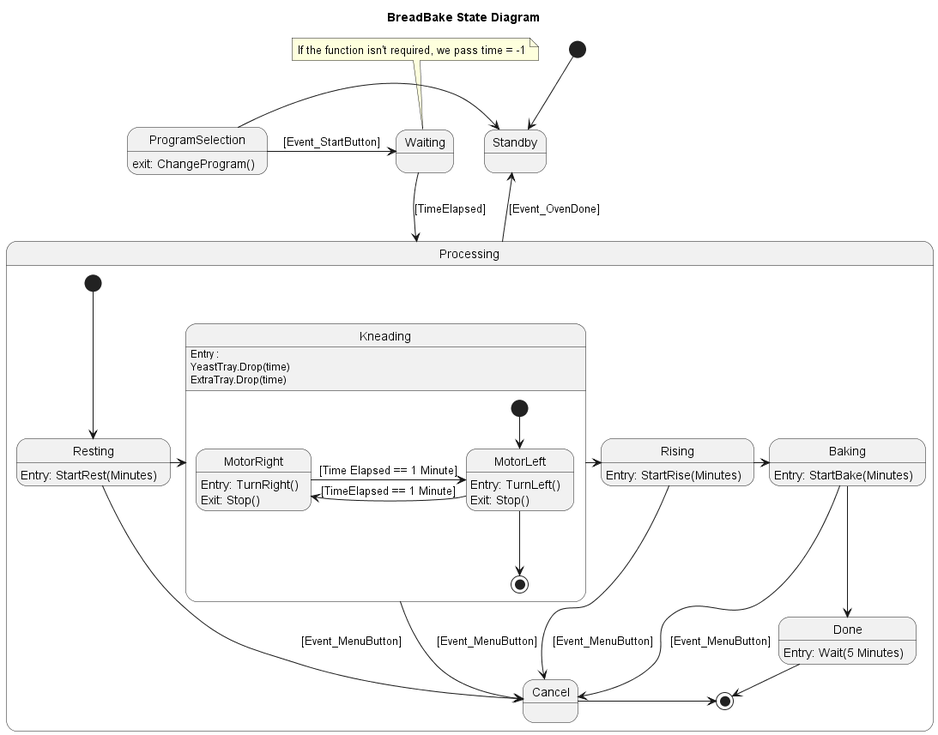
The PlantUML diagram Software Design & Algorithms/BreadBake/out/Diagram/BreadBake.png in NathanThus/Technology-Semester-3, before a commit. Its diagram source:
```plantuml
@startuml BreadBake
Title BreadBake State Diagram

state ProgramSelection
    ProgramSelection: exit: ChangeProgram()

[*] -down-> Standby

Standby -> ProgramSelection : [Event_MenuButton]
ProgramSelection -> Standby
ProgramSelection -> Waiting : [Event_StartButton]
Waiting -> Processing : [TimeElapsed]

note top of Waiting
    If the function isn't required, we pass time = -1
end note

state Processing {
    state Baking
        Baking: Entry: StartBake(Minutes)
    state Resting
        Resting: Entry: StartRest(Minutes)
    state Rising
        Rising: Entry: StartRise(Minutes)
    state Done
        Done: Entry: Wait(5 Minutes)

    state Kneading {
    Kneading: Entry :
    Kneading: YeastTray.Drop(time)
    Kneading: ExtraTray.Drop(time)

    state MotorLeft
        MotorLeft: Entry: TurnLeft()
        MotorLeft: Exit: Stop()
    state MotorRight
        MotorRight: Entry: TurnRight()
        MotorRight: Exit: Stop()

    [*] --> MotorLeft

    MotorLeft -Left-> MotorRight : [TimeElapsed == 1 Minute]
    MotorRight -Right-> MotorLeft : [Time Elapsed == 1 Minute]
    MotorLeft --Down-> [*]
    }

    [*] -down-> Resting
    Resting --right-> Kneading
    Kneading -> Rising
    Rising -> Baking
    Baking -right-> Done
    Done -> [*] : [TaskNr != done || Event_MenuButton]

    Resting -down-> Cancel : [Event_MenuButton]
    Kneading -down-> Cancel : [Event_MenuButton]
    Rising -down-> Cancel : [Event_MenuButton]
    Baking -down-> Cancel : [Event_MenuButton]

    Cancel->[*]
}

Processing --> Standby : [Event_OvenDone]
@enduml
```
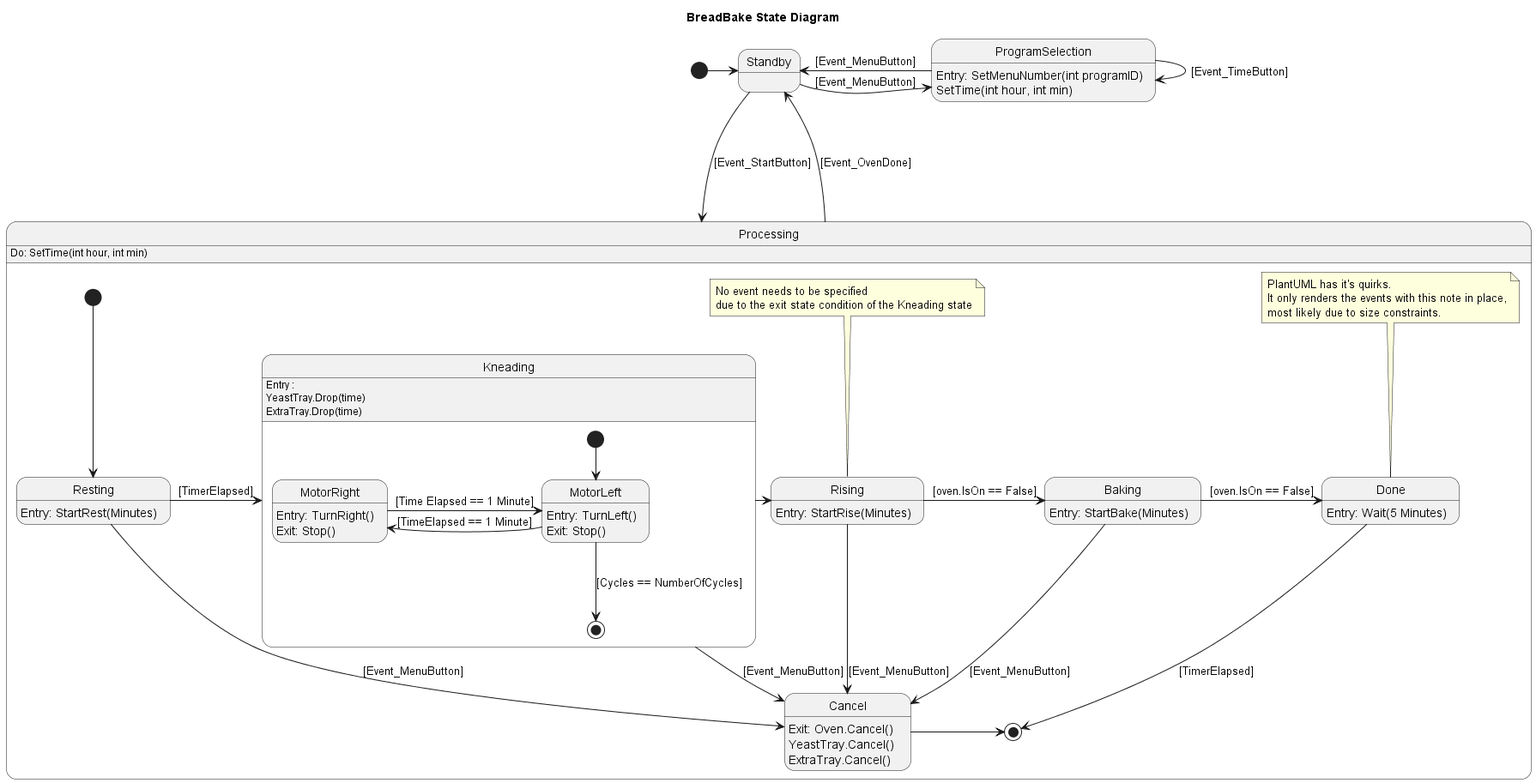
The same diagram one commit later.

The edit, as a diff of the source:
```diff
@@ -1,21 +1,20 @@
 @startuml BreadBake
 Title BreadBake State Diagram
 
+[*] -> Standby
+
 state ProgramSelection
-    ProgramSelection: exit: ChangeProgram()
-
-[*] -down-> Standby
+    ProgramSelection : Entry: SetMenuNumber(int programID)
+    ProgramSelection : SetTime(int hour, int min)
 
 Standby -> ProgramSelection : [Event_MenuButton]
-ProgramSelection -> Standby
-ProgramSelection -> Waiting : [Event_StartButton]
-Waiting -> Processing : [TimeElapsed]
+ProgramSelection -> Standby : [Event_MenuButton]
+ProgramSelection -> ProgramSelection : [Event_TimeButton]
 
-note top of Waiting
-    If the function isn't required, we pass time = -1
-end note
+Standby ---> Processing : [Event_StartButton]
 
 state Processing {
+    Processing: Do: SetTime(int hour, int min)
     state Baking
         Baking: Entry: StartBake(Minutes)
     state Resting
@@ -41,15 +40,29 @@
 
     MotorLeft -Left-> MotorRight : [TimeElapsed == 1 Minute]
     MotorRight -Right-> MotorLeft : [Time Elapsed == 1 Minute]
-    MotorLeft --Down-> [*]
+    MotorLeft --Down-> [*] : [Cycles == NumberOfCycles]
+    }
+
+    state Cancel {
+        Cancel: Exit: Oven.Cancel() \nYeastTray.Cancel() \nExtraTray.Cancel()
     }
 
     [*] -down-> Resting
-    Resting --right-> Kneading
+    Resting --right-> Kneading : [TimerElapsed]
+    note top of Rising
+        No event needs to be specified
+        due to the exit state condition of the Kneading state
+    end note
     Kneading -> Rising
-    Rising -> Baking
-    Baking -right-> Done
-    Done -> [*] : [TaskNr != done || Event_MenuButton]
+    Rising -> Baking : [oven.IsOn == False]
+    Baking -right-> Done : [oven.IsOn == False]
+    Done -> [*] : [TimerElapsed]
+
+    note top of Done
+        PlantUML has it's quirks.
+        It only renders the events with this note in place,
+        most likely due to size constraints.
+    end note
 
     Resting -down-> Cancel : [Event_MenuButton]
     Kneading -down-> Cancel : [Event_MenuButton]
```
